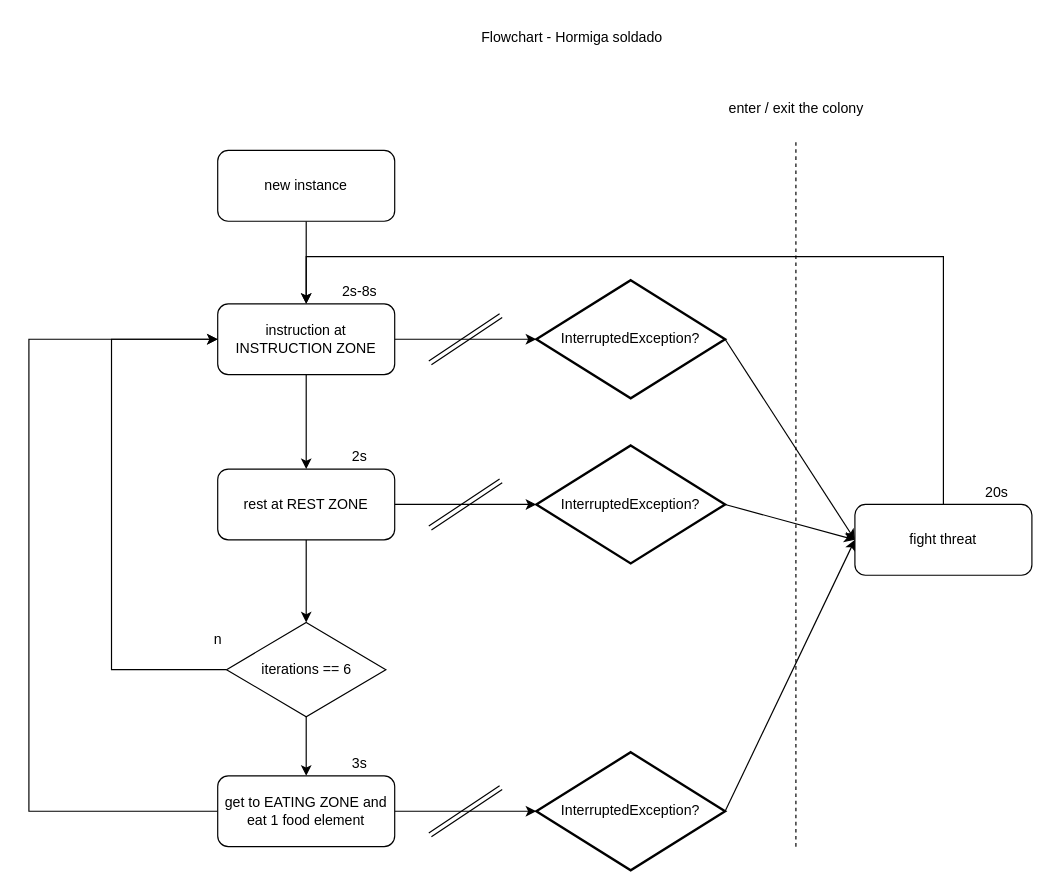
SSierraArk/ants-pecl keeps this draw.io diagram as diagrams/flowchart_hormiga_soldado.drawio. Above is the earlier version. Source tidied: cells renumbered, new cells numbered last; positions are measured from the earlier drawing's top-left corner, leaving out a move shared by most shapes. Both pictures are drawn from the tidied source at 118%, with x=0, y=0 at pixel (28, 20).
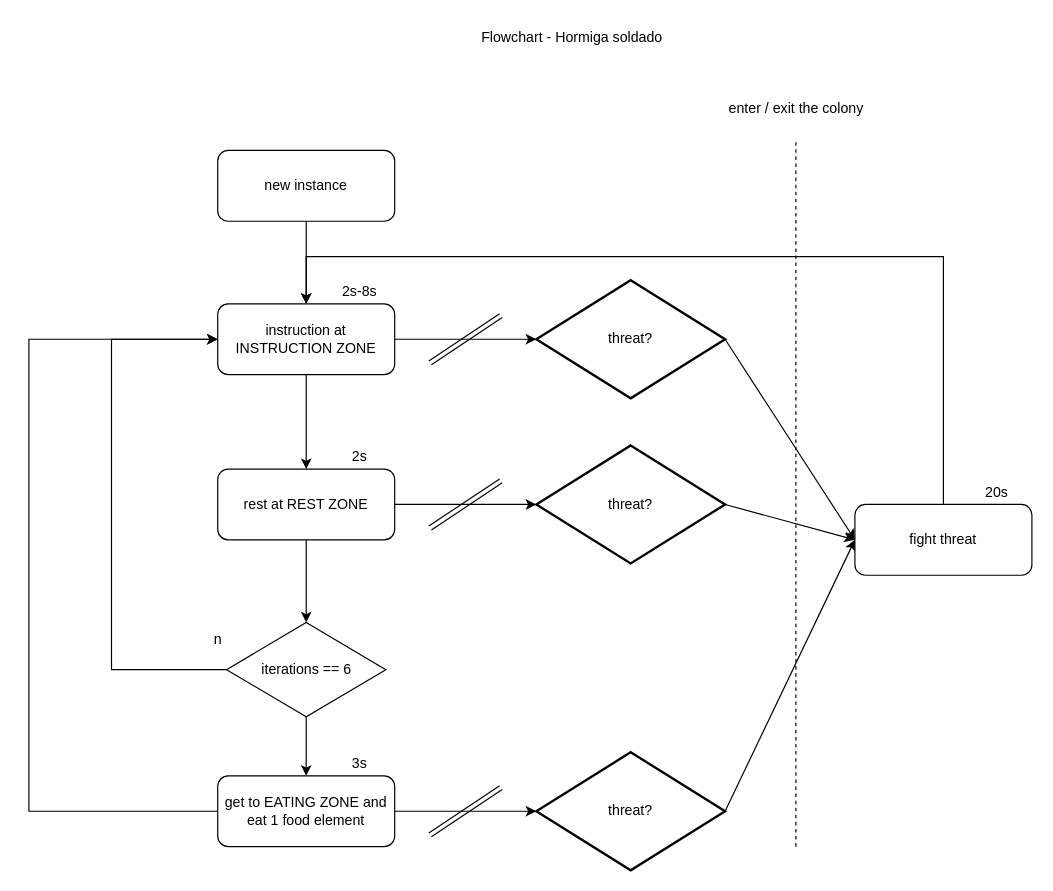
After the change.

Commit message:
Child ant flowchart created #8

The edit, as a diff of the source:
```diff
@@
-    <mxCell id="21" value="InterruptedException?" style="strokeWidth=2;html=1;shape=mxgraph.flowchart.decision;whiteSpace=wrap;" parent="1" vertex="1">
+    <mxCell id="21" value="threat?" style="strokeWidth=2;html=1;shape=mxgraph.flowchart.decision;whiteSpace=wrap;" parent="1" vertex="1">
       <mxGeometry x="430" y="360" width="160" height="100" as="geometry" />
     </mxCell>
@@
-    <mxCell id="23" value="InterruptedException?" style="strokeWidth=2;html=1;shape=mxgraph.flowchart.decision;whiteSpace=wrap;" parent="1" vertex="1">
+    <mxCell id="23" value="threat?" style="strokeWidth=2;html=1;shape=mxgraph.flowchart.decision;whiteSpace=wrap;" parent="1" vertex="1">
       <mxGeometry x="430" y="220" width="160" height="100" as="geometry" />
     </mxCell>
@@
-    <mxCell id="25" value="InterruptedException?" style="strokeWidth=2;html=1;shape=mxgraph.flowchart.decision;whiteSpace=wrap;" parent="1" vertex="1">
+    <mxCell id="25" value="threat?" style="strokeWidth=2;html=1;shape=mxgraph.flowchart.decision;whiteSpace=wrap;" parent="1" vertex="1">
       <mxGeometry x="430" y="620" width="160" height="100" as="geometry" />
     </mxCell>
```
